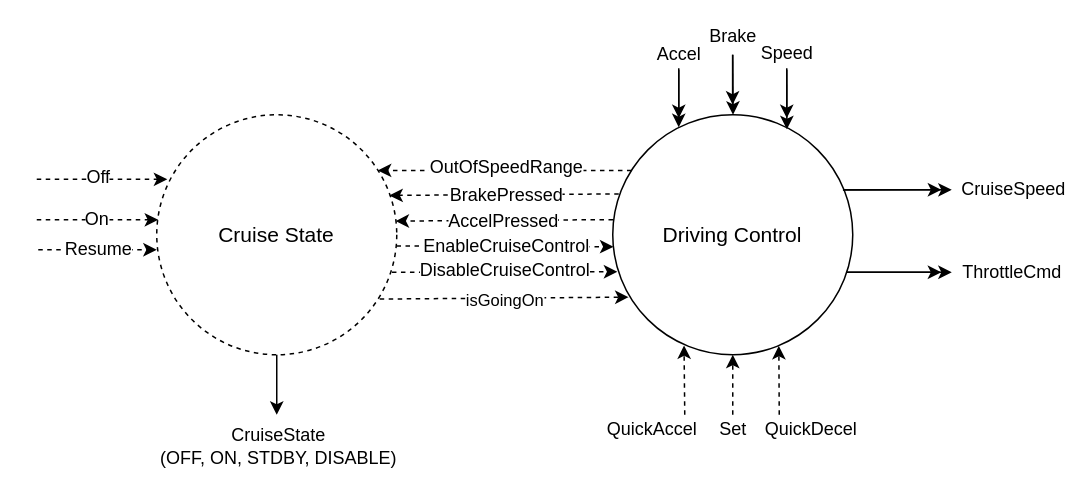
Earlier version of the draw.io diagram Diagrams/refinement.drawio (jacoballen4534/Cruise-Controller). Source tidied: cells renumbered, new cells numbered last; positions are measured from the earlier drawing's top-left corner, leaving out a move shared by most shapes. Both pictures are drawn from the tidied source at 150%, with x=0, y=0 at pixel (36, 54).
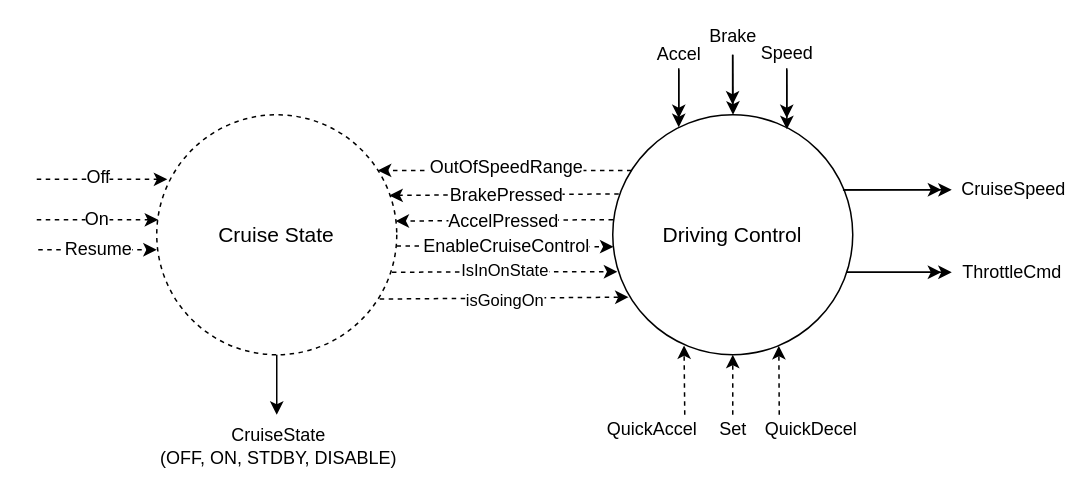
After the change.

Commit message (it also covers changes not shown here):
Add isInOnState signal to pause the speed controll and cruise speed controll when in standy, disable and off states

The change refers to these unchanged cells:
```xml
<mxCell id="32" style="endArrow=classic;html=1;entryX=0.019;entryY=0.654;entryDx=0;entryDy=0;entryPerimeter=0;exitX=0.98;exitY=0.656;exitDx=0;exitDy=0;exitPerimeter=0;dashed=1;" parent="1" edge="1" source="3" target="2">
  <mxGeometry relative="1" as="geometry" />
</mxCell>
```

The edit, as a diff of the source:
```diff
@@
-    <mxCell id="33" value="&lt;span style=&quot;font-size: 12px&quot;&gt;DisableCruiseControl&lt;/span&gt;" style="edgeLabel;html=1;align=center;verticalAlign=middle;" parent="32" vertex="1">
+    <mxCell id="33" value="IsInOnState" style="edgeLabel;html=1;align=center;verticalAlign=middle;" parent="32" vertex="1">
       <mxGeometry x="-0.07" relative="1" as="geometry">
         <mxPoint x="4.9" y="-1.8" as="offset" />
       </mxGeometry>
     </mxCell>
```
